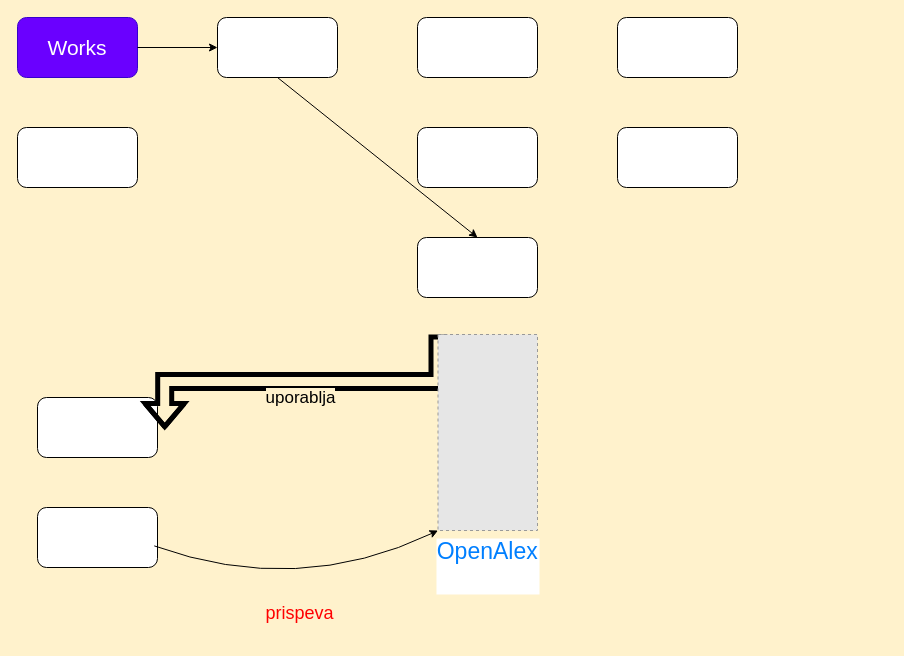
The draw.io diagram diagram/pics/OAtest.drawio in bavla/Vis, before the edit. Source tidied: cells renumbered, new cells numbered last; positions are measured from the earlier drawing's top-left corner, leaving out a move shared by most shapes. Both pictures are drawn from the tidied source at 100%, with x=0, y=0 at pixel (17, 17). Pictures stored in the file or linked from it are replaced by grey dashed boxes.
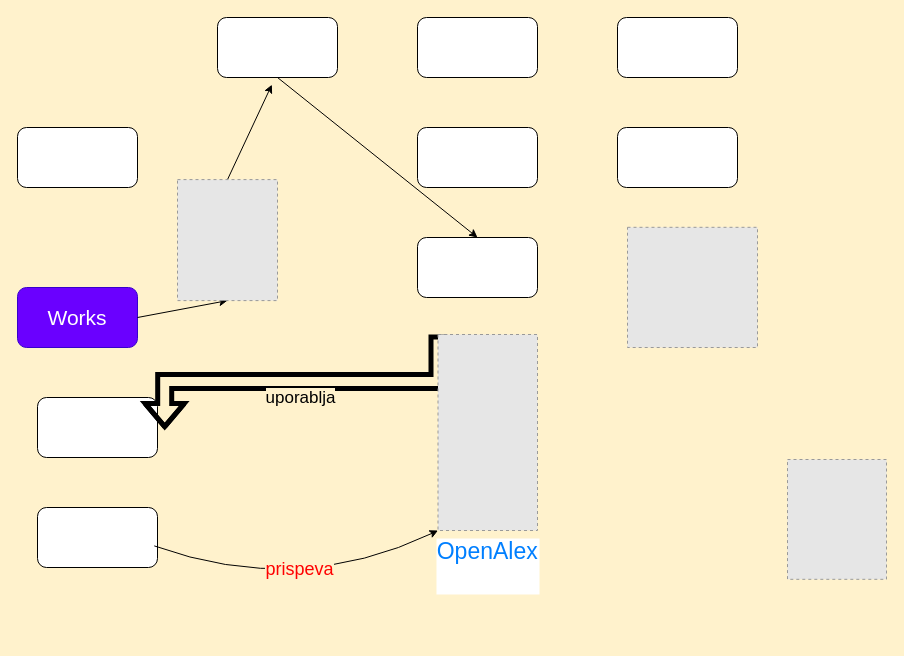
The same diagram, later.

Unchanged cells that the change refers to:
```xml
<mxCell id="5" style="rounded=1;whiteSpace=wrap;html=1;" parent="1" vertex="1">
  <mxGeometry x="200" width="120" height="60" as="geometry" />
</mxCell>
<mxCell id="7" style="rounded=1;whiteSpace=wrap;html=1;" parent="1" vertex="1">
  <mxGeometry x="20" y="490" width="120" height="60" as="geometry" />
</mxCell>
<mxCell id="16" value="OpenAlex&#10; " style="fillColor=#E6E6E6;strokeColor=#999999;dashed=1;verticalLabelPosition=bottom;labelBackgroundColor=default;verticalAlign=top;fontSize=23;fontColor=#007FFF;" parent="1" vertex="1">
  <mxGeometry x="420.5" y="317" width="99.5" height="196" as="geometry" />
</mxCell>
```

Diff of the diagram source:
```diff
@@
     <mxCell id="3" value="&lt;font style=&quot;font-size: 21px;&quot;&gt;Works&lt;/font&gt;" style="rounded=1;whiteSpace=wrap;html=1;fillColor=#6a00ff;strokeColor=#3700CC;fontColor=#ffffff;" parent="1" vertex="1">
-      <mxGeometry width="120" height="60" as="geometry" />
+      <mxGeometry y="270" width="120" height="60" as="geometry" />
     </mxCell>
@@
-    <mxCell id="12" style="endArrow=classic;html=1;rounded=0;exitX=1;exitY=0.5;exitDx=0;exitDy=0;entryX=0;entryY=0.5;entryDx=0;entryDy=0;" parent="1" edge="1" source="3" target="5">
+    <mxCell id="12" style="endArrow=classic;html=1;rounded=0;exitX=0.5;exitY=0;exitDx=0;exitDy=0;entryX=0.453;entryY=1.12;entryDx=0;entryDy=0;entryPerimeter=0;" parent="1" edge="1" source="19" target="5">
       <mxGeometry relative="1" as="geometry" />
     </mxCell>
@@
-    <mxCell id="15" value="&lt;font style=&quot;font-size: 18px; color: rgb(255, 0, 0);&quot;&gt;prispeva&lt;/font&gt;&lt;div&gt;&lt;br&gt;&lt;/div&gt;" style="curved=1;endArrow=classic;html=1;rounded=0;exitX=0.973;exitY=0.64;exitDx=0;exitDy=0;entryX=0;entryY=1;entryDx=0;entryDy=0;labelPosition=center;verticalLabelPosition=bottom;align=center;verticalAlign=top;labelBackgroundColor=#FFF2CC;exitPerimeter=0;" parent="1" edge="1" source="7" target="16">
+    <mxCell id="15" value="&lt;font style=&quot;font-size: 18px; color: rgb(255, 0, 0);&quot;&gt;prispeva&lt;/font&gt;&lt;div&gt;&lt;br&gt;&lt;/div&gt;" style="curved=1;endArrow=classic;html=1;rounded=0;exitX=0.973;exitY=0.64;exitDx=0;exitDy=0;entryX=0;entryY=1;entryDx=0;entryDy=0;labelPosition=center;verticalLabelPosition=top;align=center;verticalAlign=bottom;labelBackgroundColor=#FFF2CC;exitPerimeter=0;" parent="1" edge="1" source="7" target="16">
       <mxGeometry relative="1" as="geometry">
         <Array as="points">
           <mxPoint x="280" y="580" />
         </Array>
       </mxGeometry>
     </mxCell>
@@
+    <mxCell id="17" style="fillColor=#E6E6E6;strokeColor=#999999;dashed=1;verticalLabelPosition=bottom;labelBackgroundColor=default;verticalAlign=top;" parent="1" vertex="1">
+      <mxGeometry x="770" y="442" width="99" height="119.8" as="geometry" />
+    </mxCell>
+    <mxCell id="18" style="endArrow=classic;html=1;rounded=0;exitX=1;exitY=0.5;exitDx=0;exitDy=0;entryX=0.5;entryY=1;entryDx=0;entryDy=0;" parent="1" edge="1" source="3" target="19">
+      <mxGeometry relative="1" as="geometry" />
+    </mxCell>
+    <mxCell id="19" style="fillColor=#E6E6E6;strokeColor=#999999;dashed=1;verticalLabelPosition=bottom;labelBackgroundColor=default;verticalAlign=top;" parent="1" vertex="1">
+      <mxGeometry x="160" y="162.1" width="100" height="121" as="geometry" />
+    </mxCell>
+    <mxCell id="20" style="fillColor=#E6E6E6;strokeColor=#999999;dashed=1;verticalLabelPosition=bottom;labelBackgroundColor=default;verticalAlign=top;" parent="1" vertex="1">
+      <mxGeometry x="610" y="209.8" width="130" height="120.2" as="geometry" />
+    </mxCell>
```
